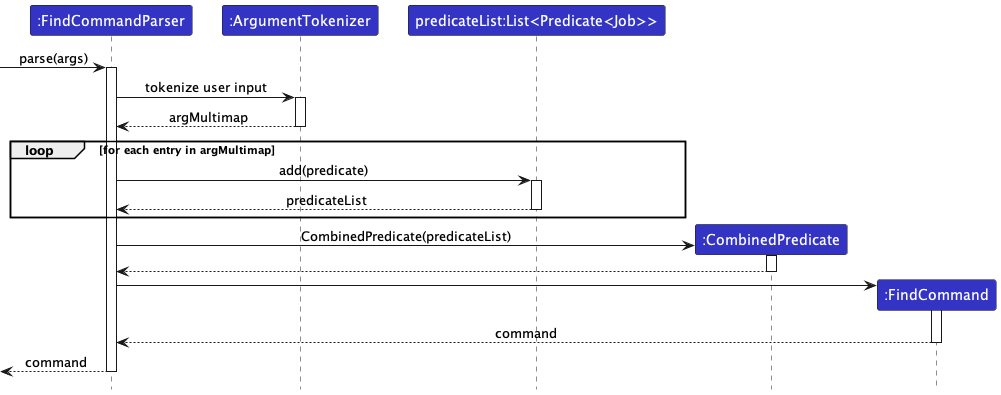
nus-cs2103-AY2324S1/tp keeps this PlantUML diagram as docs/images/FindCommandParserSequenceDiagram.png. Above is the earlier version. Source of this version:
```plantuml
@startuml
!include ../style.puml
skinparam ArrowFontStyle plain

Participant ":FindCommandParser" as fcp LOGIC_COLOR
Participant ":ArgumentTokenizer" as at LOGIC_COLOR
Participant "predicateList:List<Predicate<Job>>" as pl LOGIC_COLOR
Participant ":CombinedPredicate" as cp LOGIC_COLOR
Participant ":FindCommand" as fc LOGIC_COLOR

[-> fcp : parse(args)
activate fcp
fcp -> at ++: tokenize user input
at --> fcp --: argMultimap
loop for each entry in argMultimap
    fcp -> pl ++: add(predicate)
    pl --> fcp --: predicateList
end
create cp
fcp -> cp ++: CombinedPredicate(predicateList)
cp --> fcp --
create fc
fcp -> fc ++
fc --> fcp --: command
fcp -->[ --: command
@enduml
```
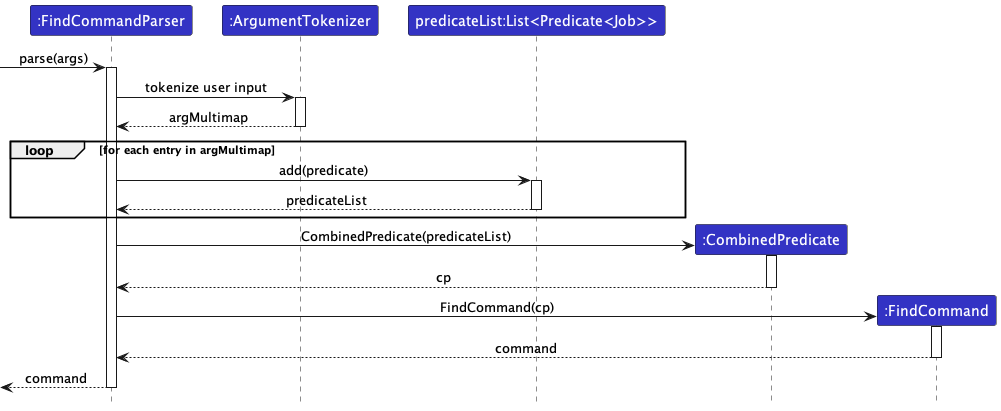
Above is the later version.

What changed in the source:
```diff
@@ -8,8 +8,7 @@
 Participant ":CombinedPredicate" as cp LOGIC_COLOR
 Participant ":FindCommand" as fc LOGIC_COLOR
 
-[-> fcp : parse(args)
-activate fcp
+[-> fcp ++: parse(args)
 fcp -> at ++: tokenize user input
 at --> fcp --: argMultimap
 loop for each entry in argMultimap
@@ -18,9 +17,9 @@
 end
 create cp
 fcp -> cp ++: CombinedPredicate(predicateList)
-cp --> fcp --
+cp --> fcp --: cp
 create fc
-fcp -> fc ++
+fcp -> fc ++: FindCommand(cp)
 fc --> fcp --: command
 fcp -->[ --: command
 @enduml
```
